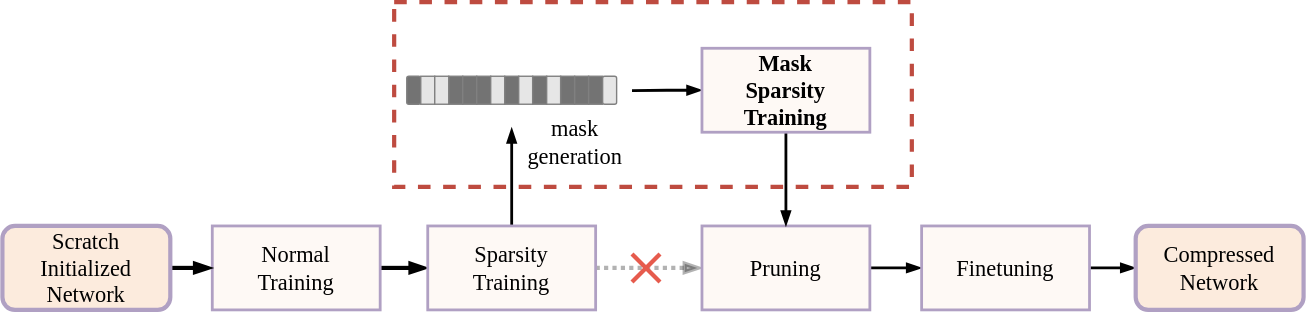
Above: mask.svg in AAAAAAAyq/Personal-Studying (draw.io), before the change. Source tidied: cells renumbered, new cells last; positions are measured from the earlier drawing's top-left corner, leaving out a move shared by most shapes.
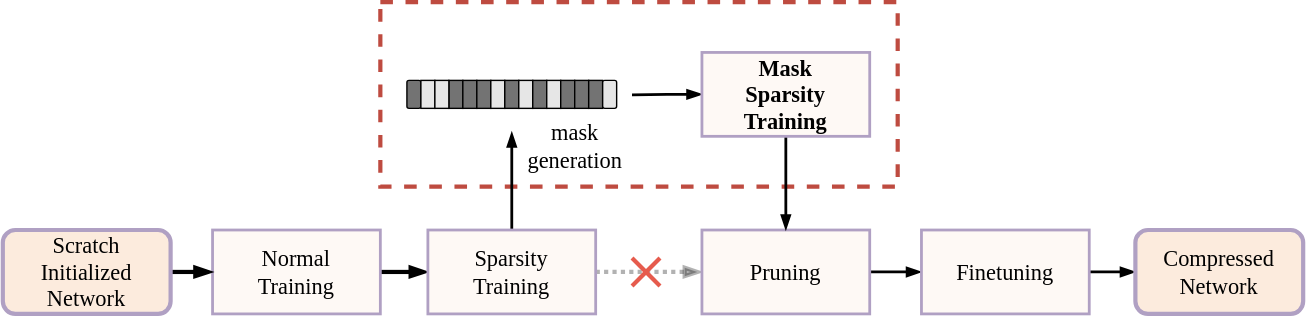
After the change.

Change to the diagram source:
```diff
@@ -3,7 +3,7 @@
     <mxCell id="0" />
     <mxCell id="1" parent="0" />
     <mxCell id="2" style="rounded=0;whiteSpace=wrap;html=1;shadow=0;glass=0;sketch=0;fontFamily=Times New Roman;fontSize=16;strokeWidth=3;gradientColor=#ffffff;fillColor=none;dashed=1;strokeColor=#BE4B40;" parent="1" vertex="1">
-      <mxGeometry x="280" width="370" height="132" as="geometry" />
+      <mxGeometry x="270" y="-3" width="370" height="132" as="geometry" />
     </mxCell>
     <mxCell id="3" style="edgeStyle=orthogonalEdgeStyle;rounded=0;jettySize=auto;html=1;exitX=1;exitY=0.5;exitDx=0;exitDy=0;entryX=0;entryY=0.5;entryDx=0;entryDy=0;fontFamily=Times New Roman;fontSize=16;endArrow=blockThin;endFill=1;strokeWidth=3;" parent="1" edge="1" source="4" target="7">
       <mxGeometry relative="1" as="geometry" />
@@ -66,49 +66,49 @@
         <mxPoint x="450" y="180" as="targetPoint" />
       </mxGeometry>
     </mxCell>
-    <mxCell id="20" style="whiteSpace=wrap;html=1;fontFamily=Times New Roman;fontSize=16;strokeWidth=1;strokeColor=#808080;fillColor=#737373;" parent="1" vertex="1">
+    <mxCell id="20" style="whiteSpace=wrap;html=1;fontFamily=Times New Roman;fontSize=16;strokeWidth=1;fillColor=#737373;" parent="1" vertex="1">
       <mxGeometry x="319" y="53" width="10" height="20" as="geometry" />
     </mxCell>
-    <mxCell id="21" style="whiteSpace=wrap;html=1;fontFamily=Times New Roman;fontSize=16;strokeWidth=1;strokeColor=#808080;fillColor=#737373;" parent="1" vertex="1">
+    <mxCell id="21" style="whiteSpace=wrap;html=1;fontFamily=Times New Roman;fontSize=16;strokeWidth=1;fillColor=#737373;" parent="1" vertex="1">
       <mxGeometry x="329" y="53" width="10" height="20" as="geometry" />
     </mxCell>
-    <mxCell id="22" style="whiteSpace=wrap;html=1;fontFamily=Times New Roman;fontSize=16;strokeWidth=1;strokeColor=#808080;fillColor=#737373;" parent="1" vertex="1">
+    <mxCell id="22" style="whiteSpace=wrap;html=1;fontFamily=Times New Roman;fontSize=16;strokeWidth=1;fillColor=#737373;" parent="1" vertex="1">
       <mxGeometry x="339" y="53" width="10" height="20" as="geometry" />
     </mxCell>
-    <mxCell id="23" style="whiteSpace=wrap;html=1;fontFamily=Times New Roman;fontSize=16;strokeWidth=1;strokeColor=#808080;fillColor=#E6E6E6;" parent="1" vertex="1">
+    <mxCell id="23" style="whiteSpace=wrap;html=1;fontFamily=Times New Roman;fontSize=16;strokeWidth=1;fillColor=#E6E6E6;" parent="1" vertex="1">
       <mxGeometry x="349" y="53" width="10" height="20" as="geometry" />
     </mxCell>
-    <mxCell id="24" style="whiteSpace=wrap;html=1;fontFamily=Times New Roman;fontSize=16;strokeWidth=1;strokeColor=#808080;fillColor=#737373;" parent="1" vertex="1">
+    <mxCell id="24" style="whiteSpace=wrap;html=1;fontFamily=Times New Roman;fontSize=16;strokeWidth=1;fillColor=#737373;" parent="1" vertex="1">
       <mxGeometry x="359" y="53" width="10" height="20" as="geometry" />
     </mxCell>
-    <mxCell id="25" style="whiteSpace=wrap;html=1;fontFamily=Times New Roman;fontSize=16;strokeWidth=1;strokeColor=#808080;fillColor=#E6E6E6;" parent="1" vertex="1">
+    <mxCell id="25" style="whiteSpace=wrap;html=1;fontFamily=Times New Roman;fontSize=16;strokeWidth=1;fillColor=#E6E6E6;" parent="1" vertex="1">
       <mxGeometry x="369" y="53" width="10" height="20" as="geometry" />
     </mxCell>
-    <mxCell id="26" style="whiteSpace=wrap;html=1;fontFamily=Times New Roman;fontSize=16;strokeWidth=1;strokeColor=#808080;fillColor=#737373;" parent="1" vertex="1">
+    <mxCell id="26" style="whiteSpace=wrap;html=1;fontFamily=Times New Roman;fontSize=16;strokeWidth=1;fillColor=#737373;" parent="1" vertex="1">
       <mxGeometry x="379" y="53" width="10" height="20" as="geometry" />
     </mxCell>
-    <mxCell id="27" style="whiteSpace=wrap;html=1;fontFamily=Times New Roman;fontSize=16;strokeWidth=1;strokeColor=#808080;fillColor=#E6E6E6;" parent="1" vertex="1">
+    <mxCell id="27" style="whiteSpace=wrap;html=1;fontFamily=Times New Roman;fontSize=16;strokeWidth=1;fillColor=#E6E6E6;" parent="1" vertex="1">
       <mxGeometry x="389" y="53" width="10" height="20" as="geometry" />
     </mxCell>
-    <mxCell id="28" style="whiteSpace=wrap;html=1;fontFamily=Times New Roman;fontSize=16;strokeWidth=1;strokeColor=#808080;fillColor=#737373;" parent="1" vertex="1">
+    <mxCell id="28" style="whiteSpace=wrap;html=1;fontFamily=Times New Roman;fontSize=16;strokeWidth=1;fillColor=#737373;" parent="1" vertex="1">
       <mxGeometry x="399" y="53" width="10" height="20" as="geometry" />
     </mxCell>
-    <mxCell id="29" style="whiteSpace=wrap;html=1;fontFamily=Times New Roman;fontSize=16;strokeWidth=1;rounded=1;strokeColor=#808080;fillColor=#737373;" parent="1" vertex="1">
+    <mxCell id="29" style="whiteSpace=wrap;html=1;fontFamily=Times New Roman;fontSize=16;strokeWidth=1;rounded=1;fillColor=#737373;" parent="1" vertex="1">
       <mxGeometry x="289" y="53" width="10" height="20" as="geometry" />
     </mxCell>
-    <mxCell id="30" style="whiteSpace=wrap;html=1;fontFamily=Times New Roman;fontSize=16;strokeWidth=1;strokeColor=#808080;fillColor=#E6E6E6;" parent="1" vertex="1">
+    <mxCell id="30" style="whiteSpace=wrap;html=1;fontFamily=Times New Roman;fontSize=16;strokeWidth=1;fillColor=#E6E6E6;" parent="1" vertex="1">
       <mxGeometry x="299" y="53" width="10" height="20" as="geometry" />
     </mxCell>
-    <mxCell id="31" style="whiteSpace=wrap;html=1;fontFamily=Times New Roman;fontSize=16;strokeWidth=1;strokeColor=#808080;fillColor=#E6E6E6;" parent="1" vertex="1">
+    <mxCell id="31" style="whiteSpace=wrap;html=1;fontFamily=Times New Roman;fontSize=16;strokeWidth=1;fillColor=#E6E6E6;" parent="1" vertex="1">
       <mxGeometry x="309" y="53" width="10" height="20" as="geometry" />
     </mxCell>
-    <mxCell id="32" style="whiteSpace=wrap;html=1;fontFamily=Times New Roman;fontSize=16;strokeWidth=1;strokeColor=#808080;fillColor=#737373;" parent="1" vertex="1">
+    <mxCell id="32" style="whiteSpace=wrap;html=1;fontFamily=Times New Roman;fontSize=16;strokeWidth=1;fillColor=#737373;" parent="1" vertex="1">
       <mxGeometry x="409" y="53" width="10" height="20" as="geometry" />
     </mxCell>
-    <mxCell id="33" style="whiteSpace=wrap;html=1;fontFamily=Times New Roman;fontSize=16;strokeWidth=1;strokeColor=#808080;fillColor=#737373;" parent="1" vertex="1">
+    <mxCell id="33" style="whiteSpace=wrap;html=1;fontFamily=Times New Roman;fontSize=16;strokeWidth=1;fillColor=#737373;" parent="1" vertex="1">
       <mxGeometry x="419" y="53" width="10" height="20" as="geometry" />
     </mxCell>
-    <mxCell id="34" style="whiteSpace=wrap;html=1;fontFamily=Times New Roman;fontSize=16;strokeWidth=1;rounded=1;glass=0;sketch=0;shadow=0;strokeColor=#808080;fillColor=#E6E6E6;" parent="1" vertex="1">
+    <mxCell id="34" style="whiteSpace=wrap;html=1;fontFamily=Times New Roman;fontSize=16;strokeWidth=1;rounded=1;glass=0;sketch=0;shadow=0;fillColor=#E6E6E6;" parent="1" vertex="1">
       <mxGeometry x="429" y="53" width="10" height="20" as="geometry" />
     </mxCell>
     <mxCell id="35" value="mask&lt;br&gt;generation" style="text;html=1;align=center;verticalAlign=middle;strokeColor=none;fillColor=none;fontSize=16;fontFamily=Times New Roman;" parent="1" vertex="1">
```
